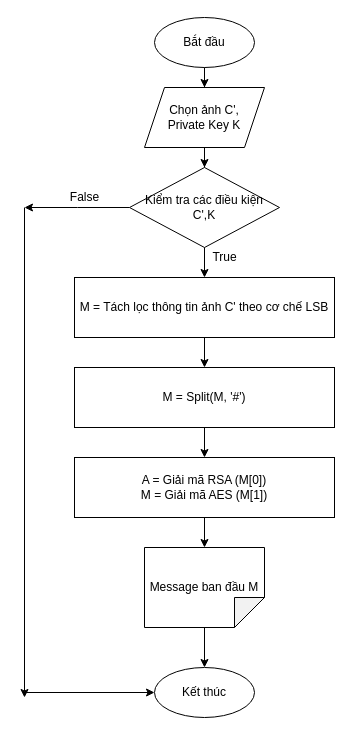
The draw.io diagram Untitled Diagram2.drawio in DEVRHEL/Steganography, before the edit. Source tidied: cells renumbered, new cells numbered last; positions are measured from the earlier drawing's top-left corner, leaving out a move shared by most shapes. Both pictures are drawn from the tidied source at 100%, with x=0, y=0 at pixel (24, 17).
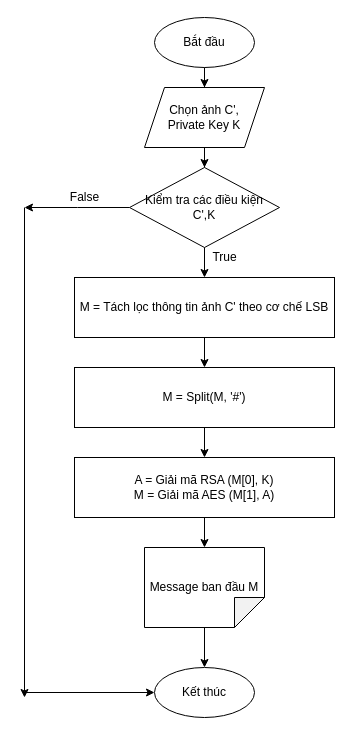
The same diagram, later.

Diff of the diagram source:
```diff
@@
-    <mxCell id="21" value="A = Giải mã RSA (M[0])&lt;br&gt;M = Giải mã AES (M[1])" style="rounded=0;whiteSpace=wrap;html=1;" parent="1" vertex="1">
+    <mxCell id="21" value="A = Giải mã RSA (M[0], K)&lt;br&gt;M = Giải mã AES (M[1], A)" style="rounded=0;whiteSpace=wrap;html=1;" parent="1" vertex="1">
       <mxGeometry x="50" y="440" width="260" height="60" as="geometry" />
     </mxCell>
```
